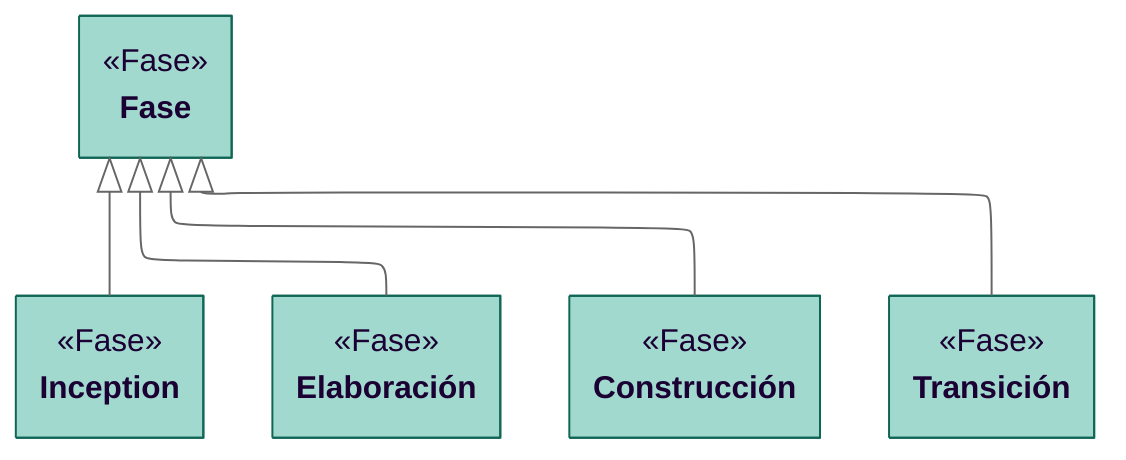
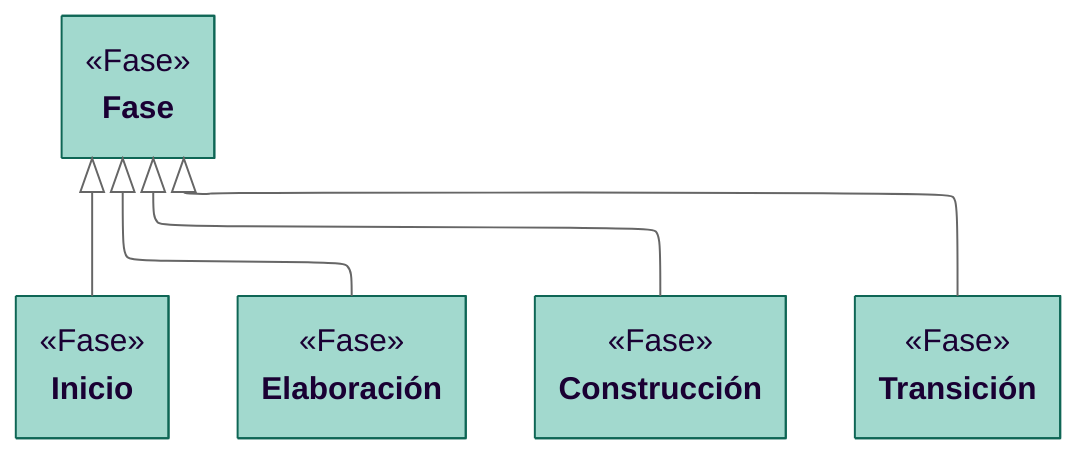
---
config:
    layout: elk
    class:
        hideEmptyMembersBox: true
    theme: neutral
---
classDiagram

class Fase["Fase"]:::fase {
    <<Fase>>
}
- class FaseInception["Inception"]:::fase {
+ class FaseInception["Inicio"]:::fase {
    <<Fase>>
}
class FaseElaboracion["Elaboración"]:::fase {
    <<Fase>>
}
class FaseConstruccion["Construcción"]:::fase {
    <<Fase>>
}
class FaseTransicion["Transición"]:::fase {
    <<Fase>>
}

Fase <|-- FaseInception
Fase <|-- FaseElaboracion
Fase <|-- FaseConstruccion
Fase <|-- FaseTransicion

classDef fase fill:#A2D9CE,stroke:#0E6655,color:#1a0033